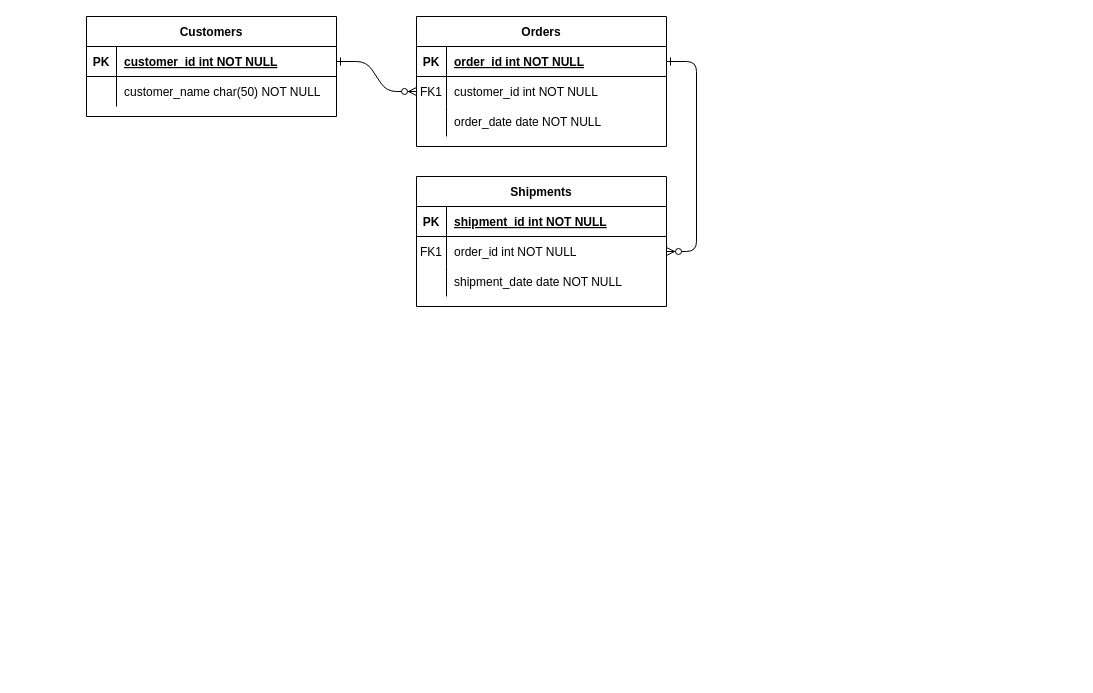
Earlier version of the draw.io diagram Diagrama sem nome.drawio (adrianopspadilha/BDR-W). Source tidied: cells renumbered, new cells numbered last; positions are measured from the earlier drawing's top-left corner, leaving out a move shared by most shapes. Both pictures are drawn from the tidied source at 100%, with x=0, y=0 at pixel (86, 16).
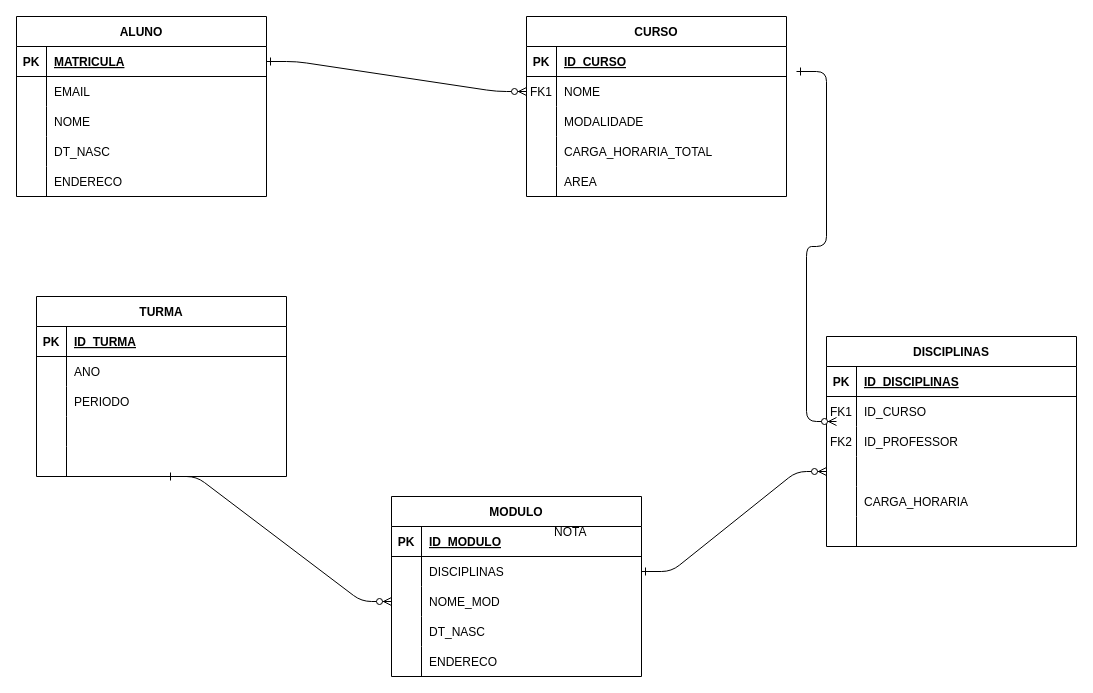
The same diagram, later.

The change refers to these unchanged cells:
```xml
<mxCell id="15" style="shape=partialRectangle;fillColor=none;top=0;left=0;right=0;bottom=1;" parent="14" vertex="1">
  <mxGeometry y="30" width="250" height="30" as="geometry" />
</mxCell>
<mxCell id="18" style="shape=partialRectangle;fillColor=none;points=[[0,0.5],[1,0.5]];portConstraint=eastwest;top=0;left=0;right=0;bottom=0;" parent="14" vertex="1">
  <mxGeometry y="60" width="250" height="30" as="geometry" />
</mxCell>
<mxCell id="21" style="shape=partialRectangle;fillColor=none;top=0;left=0;right=0;bottom=0;" parent="14" vertex="1">
  <mxGeometry y="90" width="250" height="30" as="geometry" />
</mxCell>
<mxCell id="25" style="shape=partialRectangle;fillColor=none;points=[[0,0.5],[1,0.5]];portConstraint=eastwest;top=0;left=0;right=0;bottom=1;" parent="24" vertex="1">
  <mxGeometry y="30" width="250" height="30" as="geometry" />
</mxCell>
<mxCell id="28" style="shape=partialRectangle;fillColor=none;top=0;left=0;right=0;bottom=0;" parent="24" vertex="1">
  <mxGeometry y="60" width="250" height="30" as="geometry" />
</mxCell>
```

Change to the diagram source:
```diff
@@
-    <mxCell id="3" style="edgeStyle=entityRelationEdgeStyle;endArrow=ERzeroToMany;startArrow=ERone;endFill=1;startFill=0;" parent="1" edge="1" source="5" target="18">
-      <mxGeometry relative="1" as="geometry" />
+    <mxCell id="3" style="edgeStyle=entityRelationEdgeStyle;endArrow=ERzeroToMany;startArrow=ERone;endFill=1;startFill=0;entryX=0;entryY=0.5;entryDx=0;entryDy=0;" parent="1" edge="1" target="62">
+      <mxGeometry relative="1" as="geometry">
+        <mxPoint x="80" y="460" as="sourcePoint" />
+      </mxGeometry>
     </mxCell>
-    <mxCell id="4" value="Orders" style="shape=table;startSize=30;childLayout=tableLayout;rowLines=0;fontStyle=1;align=center;" parent="1" vertex="1">
-      <mxGeometry x="330" width="250" height="130" as="geometry" />
+    <mxCell id="4" value="CURSO" style="shape=table;startSize=30;childLayout=tableLayout;rowLines=0;fontStyle=1;align=center;" parent="1" vertex="1">
+      <mxGeometry x="440" width="260" height="180" as="geometry" />
     </mxCell>
     <mxCell id="5" style="shape=partialRectangle;fillColor=none;points=[[0,0.5],[1,0.5]];portConstraint=eastwest;top=0;left=0;right=0;bottom=1;" parent="4" vertex="1">
-      <mxGeometry y="30" width="250" height="30" as="geometry" />
+      <mxGeometry y="30" width="260" height="30" as="geometry" />
     </mxCell>
@@
-    <mxCell id="7" value="order_id int NOT NULL " style="shape=partialRectangle;overflow=hidden;fillColor=none;top=0;left=0;bottom=0;right=0;align=left;spacingLeft=6;fontStyle=5;" parent="5" vertex="1">
-      <mxGeometry x="30" width="220" height="30" as="geometry" />
+    <mxCell id="7" value="ID_CURSO" style="shape=partialRectangle;overflow=hidden;fillColor=none;top=0;left=0;bottom=0;right=0;align=left;spacingLeft=6;fontStyle=5;" parent="5" vertex="1">
+      <mxGeometry x="30" width="230" height="30" as="geometry" />
     </mxCell>
     <mxCell id="8" style="shape=partialRectangle;fillColor=none;points=[[0,0.5],[1,0.5]];portConstraint=eastwest;top=0;left=0;right=0;bottom=0;" parent="4" vertex="1">
-      <mxGeometry y="60" width="250" height="30" as="geometry" />
+      <mxGeometry y="60" width="260" height="30" as="geometry" />
     </mxCell>
@@
-    <mxCell id="10" value="customer_id int NOT NULL" style="shape=partialRectangle;overflow=hidden;fillColor=none;top=0;left=0;bottom=0;right=0;align=left;spacingLeft=6;" parent="8" vertex="1">
-      <mxGeometry x="30" width="220" height="30" as="geometry" />
+    <mxCell id="10" value="NOME" style="shape=partialRectangle;overflow=hidden;fillColor=none;top=0;left=0;bottom=0;right=0;align=left;spacingLeft=6;" parent="8" vertex="1">
+      <mxGeometry x="30" width="230" height="30" as="geometry" />
     </mxCell>
     <mxCell id="11" style="shape=partialRectangle;fillColor=none;top=0;left=0;right=0;bottom=0;" parent="4" vertex="1">
-      <mxGeometry y="90" width="250" height="30" as="geometry" />
+      <mxGeometry y="90" width="260" height="30" as="geometry" />
     </mxCell>
@@
-    <mxCell id="13" value="order_date date NOT NULL" style="shape=partialRectangle;overflow=hidden;fillColor=none;top=0;left=0;bottom=0;right=0;align=left;spacingLeft=6;" parent="11" vertex="1">
-      <mxGeometry x="30" width="220" height="30" as="geometry" />
+    <mxCell id="13" value="MODALIDADE" style="shape=partialRectangle;overflow=hidden;fillColor=none;top=0;left=0;bottom=0;right=0;align=left;spacingLeft=6;" parent="11" vertex="1">
+      <mxGeometry x="30" width="230" height="30" as="geometry" />
     </mxCell>
+    <mxCell id="31" style="shape=partialRectangle;fillColor=none;top=0;left=0;right=0;bottom=0;" parent="4" vertex="1">
+      <mxGeometry y="120" width="260" height="30" as="geometry" />
+    </mxCell>
+    <mxCell id="32" style="shape=partialRectangle;overflow=hidden;fillColor=none;top=0;left=0;bottom=0;right=0;" parent="31" vertex="1">
+      <mxGeometry width="30" height="30" as="geometry" />
+    </mxCell>
+    <mxCell id="33" value="CARGA_HORARIA_TOTAL" style="shape=partialRectangle;overflow=hidden;fillColor=none;top=0;left=0;bottom=0;right=0;align=left;spacingLeft=6;" parent="31" vertex="1">
+      <mxGeometry x="30" width="230" height="30" as="geometry" />
+    </mxCell>
+    <mxCell id="34" style="shape=partialRectangle;fillColor=none;top=0;left=0;right=0;bottom=0;" parent="4" vertex="1">
+      <mxGeometry y="150" width="260" height="30" as="geometry" />
+    </mxCell>
+    <mxCell id="35" style="shape=partialRectangle;overflow=hidden;fillColor=none;top=0;left=0;bottom=0;right=0;" parent="34" vertex="1">
+      <mxGeometry width="30" height="30" as="geometry" />
+    </mxCell>
+    <mxCell id="36" value="AREA" style="shape=partialRectangle;overflow=hidden;fillColor=none;top=0;left=0;bottom=0;right=0;align=left;spacingLeft=6;" parent="34" vertex="1">
+      <mxGeometry x="30" width="230" height="30" as="geometry" />
+    </mxCell>
-    <mxCell id="14" value="Shipments" style="shape=table;startSize=30;childLayout=tableLayout;rowLines=0;fontStyle=1;align=center;" parent="1" vertex="1">
-      <mxGeometry x="330" y="160" width="250" height="130" as="geometry" />
+    <mxCell id="14" value="DISCIPLINAS" style="shape=table;startSize=30;childLayout=tableLayout;rowLines=0;fontStyle=1;align=center;" parent="1" vertex="1">
+      <mxGeometry x="740" y="320" width="250" height="210" as="geometry" />
     </mxCell>
@@
-    <mxCell id="17" value="shipment_id int NOT NULL " style="shape=partialRectangle;overflow=hidden;fillColor=none;top=0;left=0;bottom=0;right=0;align=left;spacingLeft=6;fontStyle=5;" parent="15" vertex="1">
+    <mxCell id="17" value="ID_DISCIPLINAS" style="shape=partialRectangle;overflow=hidden;fillColor=none;top=0;left=0;bottom=0;right=0;align=left;spacingLeft=6;fontStyle=5;" parent="15" vertex="1">
       <mxGeometry x="30" width="220" height="30" as="geometry" />
     </mxCell>
@@
-    <mxCell id="20" value="order_id int NOT NULL" style="shape=partialRectangle;overflow=hidden;fillColor=none;top=0;left=0;bottom=0;right=0;align=left;spacingLeft=6;" parent="18" vertex="1">
+    <mxCell id="20" value="ID_CURSO" style="shape=partialRectangle;overflow=hidden;fillColor=none;top=0;left=0;bottom=0;right=0;align=left;spacingLeft=6;" parent="18" vertex="1">
       <mxGeometry x="30" width="220" height="30" as="geometry" />
     </mxCell>
@@
-    <mxCell id="22" style="shape=partialRectangle;overflow=hidden;fillColor=none;top=0;left=0;bottom=0;right=0;" parent="21" vertex="1">
+    <mxCell id="22" value="FK2" style="shape=partialRectangle;overflow=hidden;fillColor=none;top=0;left=0;bottom=0;right=0;" parent="21" vertex="1">
       <mxGeometry width="30" height="30" as="geometry" />
     </mxCell>
-    <mxCell id="23" value="shipment_date date NOT NULL" style="shape=partialRectangle;overflow=hidden;fillColor=none;top=0;left=0;bottom=0;right=0;align=left;spacingLeft=6;" parent="21" vertex="1">
+    <mxCell id="23" value="ID_PROFESSOR" style="shape=partialRectangle;overflow=hidden;fillColor=none;top=0;left=0;bottom=0;right=0;align=left;spacingLeft=6;" parent="21" vertex="1">
       <mxGeometry x="30" width="220" height="30" as="geometry" />
     </mxCell>
+    <mxCell id="37" style="shape=partialRectangle;fillColor=none;points=[[0,0.5],[1,0.5]];portConstraint=eastwest;top=0;left=0;right=0;bottom=0;" parent="14" vertex="1">
+      <mxGeometry y="120" width="250" height="30" as="geometry" />
+    </mxCell>
+    <mxCell id="38" style="shape=partialRectangle;overflow=hidden;fillColor=none;top=0;left=0;bottom=0;right=0;" parent="37" vertex="1">
+      <mxGeometry width="30" height="30" as="geometry" />
+    </mxCell>
+    <mxCell id="39" style="shape=partialRectangle;overflow=hidden;fillColor=none;top=0;left=0;bottom=0;right=0;align=left;spacingLeft=6;" parent="37" vertex="1">
+      <mxGeometry x="30" width="220" height="30" as="geometry" />
+    </mxCell>
+    <mxCell id="40" style="shape=partialRectangle;fillColor=none;top=0;left=0;right=0;bottom=0;" parent="14" vertex="1">
+      <mxGeometry y="150" width="250" height="30" as="geometry" />
+    </mxCell>
+    <mxCell id="41" style="shape=partialRectangle;overflow=hidden;fillColor=none;top=0;left=0;bottom=0;right=0;" parent="40" vertex="1">
+      <mxGeometry width="30" height="30" as="geometry" />
+    </mxCell>
+    <mxCell id="42" value="CARGA_HORARIA" style="shape=partialRectangle;overflow=hidden;fillColor=none;top=0;left=0;bottom=0;right=0;align=left;spacingLeft=6;" parent="40" vertex="1">
+      <mxGeometry x="30" width="220" height="30" as="geometry" />
+    </mxCell>
+    <mxCell id="43" style="shape=partialRectangle;fillColor=none;top=0;left=0;right=0;bottom=0;" parent="14" vertex="1">
+      <mxGeometry y="180" width="250" height="30" as="geometry" />
+    </mxCell>
+    <mxCell id="44" style="shape=partialRectangle;overflow=hidden;fillColor=none;top=0;left=0;bottom=0;right=0;" parent="43" vertex="1">
+      <mxGeometry width="30" height="30" as="geometry" />
+    </mxCell>
+    <mxCell id="45" style="shape=partialRectangle;overflow=hidden;fillColor=none;top=0;left=0;bottom=0;right=0;align=left;spacingLeft=6;" parent="43" vertex="1">
+      <mxGeometry x="30" width="220" height="30" as="geometry" />
+    </mxCell>
-    <mxCell id="24" value="Customers" style="shape=table;startSize=30;childLayout=tableLayout;rowLines=0;fontStyle=1;align=center;" parent="1" vertex="1">
-      <mxGeometry width="250" height="100" as="geometry" />
+    <mxCell id="24" value="ALUNO" style="shape=table;startSize=30;childLayout=tableLayout;rowLines=0;fontStyle=1;align=center;" parent="1" vertex="1">
+      <mxGeometry x="-70" width="250" height="180" as="geometry" />
     </mxCell>
@@
-    <mxCell id="27" value="customer_id int NOT NULL " style="shape=partialRectangle;overflow=hidden;fillColor=none;top=0;left=0;bottom=0;right=0;align=left;spacingLeft=6;fontStyle=5;" parent="25" vertex="1">
+    <mxCell id="27" value="MATRICULA" style="shape=partialRectangle;overflow=hidden;fillColor=none;top=0;left=0;bottom=0;right=0;align=left;spacingLeft=6;fontStyle=5;" parent="25" vertex="1">
       <mxGeometry x="30" width="220" height="30" as="geometry" />
     </mxCell>
@@
-    <mxCell id="30" value="customer_name char(50) NOT NULL" style="shape=partialRectangle;overflow=hidden;fillColor=none;top=0;left=0;bottom=0;right=0;align=left;spacingLeft=6;" parent="28" vertex="1">
+    <mxCell id="30" value="EMAIL" style="shape=partialRectangle;overflow=hidden;fillColor=none;top=0;left=0;bottom=0;right=0;align=left;spacingLeft=6;" parent="28" vertex="1">
       <mxGeometry x="30" width="220" height="30" as="geometry" />
     </mxCell>
+    <mxCell id="46" style="shape=partialRectangle;fillColor=none;top=0;left=0;right=0;bottom=0;" parent="24" vertex="1">
+      <mxGeometry y="90" width="250" height="30" as="geometry" />
+    </mxCell>
+    <mxCell id="47" style="shape=partialRectangle;overflow=hidden;fillColor=none;top=0;left=0;bottom=0;right=0;" parent="46" vertex="1">
+      <mxGeometry width="30" height="30" as="geometry" />
+    </mxCell>
+    <mxCell id="48" value="NOME" style="shape=partialRectangle;overflow=hidden;fillColor=none;top=0;left=0;bottom=0;right=0;align=left;spacingLeft=6;" parent="46" vertex="1">
+      <mxGeometry x="30" width="220" height="30" as="geometry" />
+    </mxCell>
+    <mxCell id="49" style="shape=partialRectangle;fillColor=none;top=0;left=0;right=0;bottom=0;" parent="24" vertex="1">
+      <mxGeometry y="120" width="250" height="30" as="geometry" />
+    </mxCell>
+    <mxCell id="50" style="shape=partialRectangle;overflow=hidden;fillColor=none;top=0;left=0;bottom=0;right=0;" parent="49" vertex="1">
+      <mxGeometry width="30" height="30" as="geometry" />
+    </mxCell>
+    <mxCell id="51" value="DT_NASC" style="shape=partialRectangle;overflow=hidden;fillColor=none;top=0;left=0;bottom=0;right=0;align=left;spacingLeft=6;" parent="49" vertex="1">
+      <mxGeometry x="30" width="220" height="30" as="geometry" />
+    </mxCell>
+    <mxCell id="52" style="shape=partialRectangle;fillColor=none;top=0;left=0;right=0;bottom=0;" parent="24" vertex="1">
+      <mxGeometry y="150" width="250" height="30" as="geometry" />
+    </mxCell>
+    <mxCell id="53" style="shape=partialRectangle;overflow=hidden;fillColor=none;top=0;left=0;bottom=0;right=0;" parent="52" vertex="1">
+      <mxGeometry width="30" height="30" as="geometry" />
+    </mxCell>
+    <mxCell id="54" value="ENDERECO" style="shape=partialRectangle;overflow=hidden;fillColor=none;top=0;left=0;bottom=0;right=0;align=left;spacingLeft=6;" parent="52" vertex="1">
+      <mxGeometry x="30" width="220" height="30" as="geometry" />
+    </mxCell>
+    <mxCell id="55" value="MODULO" style="shape=table;startSize=30;childLayout=tableLayout;rowLines=0;fontStyle=1;align=center;" parent="1" vertex="1">
+      <mxGeometry x="305" y="480" width="250" height="180" as="geometry" />
+    </mxCell>
+    <mxCell id="56" style="shape=partialRectangle;fillColor=none;top=0;left=0;right=0;bottom=1;" parent="55" vertex="1">
+      <mxGeometry y="30" width="250" height="30" as="geometry" />
+    </mxCell>
+    <mxCell id="57" value="PK" style="shape=partialRectangle;overflow=hidden;fillColor=none;top=0;left=0;bottom=0;right=0;fontStyle=1;" parent="56" vertex="1">
+      <mxGeometry width="30" height="30" as="geometry" />
+    </mxCell>
+    <mxCell id="58" value="ID_MODULO" style="shape=partialRectangle;overflow=hidden;fillColor=none;top=0;left=0;bottom=0;right=0;align=left;spacingLeft=6;fontStyle=5;" parent="56" vertex="1">
+      <mxGeometry x="30" width="220" height="30" as="geometry" />
+    </mxCell>
+    <mxCell id="59" style="shape=partialRectangle;fillColor=none;points=[[0,0.5],[1,0.5]];portConstraint=eastwest;top=0;left=0;right=0;bottom=0;" parent="55" vertex="1">
+      <mxGeometry y="60" width="250" height="30" as="geometry" />
+    </mxCell>
+    <mxCell id="60" style="shape=partialRectangle;overflow=hidden;fillColor=none;top=0;left=0;bottom=0;right=0;" parent="59" vertex="1">
+      <mxGeometry width="30" height="30" as="geometry" />
+    </mxCell>
+    <mxCell id="61" value="DISCIPLINAS" style="shape=partialRectangle;overflow=hidden;fillColor=none;top=0;left=0;bottom=0;right=0;align=left;spacingLeft=6;" parent="59" vertex="1">
+      <mxGeometry x="30" width="220" height="30" as="geometry" />
+    </mxCell>
+    <mxCell id="62" style="shape=partialRectangle;fillColor=none;points=[[0,0.5],[1,0.5]];portConstraint=eastwest;top=0;left=0;right=0;bottom=0;" parent="55" vertex="1">
+      <mxGeometry y="90" width="250" height="30" as="geometry" />
+    </mxCell>
+    <mxCell id="63" style="shape=partialRectangle;overflow=hidden;fillColor=none;top=0;left=0;bottom=0;right=0;" parent="62" vertex="1">
+      <mxGeometry width="30" height="30" as="geometry" />
+    </mxCell>
+    <mxCell id="64" value="NOME_MOD" style="shape=partialRectangle;overflow=hidden;fillColor=none;top=0;left=0;bottom=0;right=0;align=left;spacingLeft=6;" parent="62" vertex="1">
+      <mxGeometry x="30" width="220" height="30" as="geometry" />
+    </mxCell>
+    <mxCell id="65" style="shape=partialRectangle;fillColor=none;top=0;left=0;right=0;bottom=0;" parent="55" vertex="1">
+      <mxGeometry y="120" width="250" height="30" as="geometry" />
+    </mxCell>
+    <mxCell id="66" style="shape=partialRectangle;overflow=hidden;fillColor=none;top=0;left=0;bottom=0;right=0;" parent="65" vertex="1">
+      <mxGeometry width="30" height="30" as="geometry" />
+    </mxCell>
+    <mxCell id="67" value="DT_NASC" style="shape=partialRectangle;overflow=hidden;fillColor=none;top=0;left=0;bottom=0;right=0;align=left;spacingLeft=6;" parent="65" vertex="1">
+      <mxGeometry x="30" width="220" height="30" as="geometry" />
+    </mxCell>
+    <mxCell id="68" style="shape=partialRectangle;fillColor=none;top=0;left=0;right=0;bottom=0;" parent="55" vertex="1">
+      <mxGeometry y="150" width="250" height="30" as="geometry" />
+    </mxCell>
+    <mxCell id="69" style="shape=partialRectangle;overflow=hidden;fillColor=none;top=0;left=0;bottom=0;right=0;" parent="68" vertex="1">
+      <mxGeometry width="30" height="30" as="geometry" />
+    </mxCell>
+    <mxCell id="70" value="ENDERECO" style="shape=partialRectangle;overflow=hidden;fillColor=none;top=0;left=0;bottom=0;right=0;align=left;spacingLeft=6;" parent="68" vertex="1">
+      <mxGeometry x="30" width="220" height="30" as="geometry" />
+    </mxCell>
+    <mxCell id="71" value="NOTA" style="shape=partialRectangle;overflow=hidden;fillColor=none;top=0;left=0;bottom=0;right=0;align=left;spacingLeft=6;" parent="1" vertex="1">
+      <mxGeometry x="460" y="500" width="220" height="30" as="geometry" />
+    </mxCell>
+    <mxCell id="72" value="TURMA" style="shape=table;startSize=30;childLayout=tableLayout;rowLines=0;fontStyle=1;align=center;" parent="1" vertex="1">
+      <mxGeometry x="-50" y="280" width="250" height="180" as="geometry" />
+    </mxCell>
+    <mxCell id="73" style="shape=partialRectangle;fillColor=none;top=0;left=0;right=0;bottom=1;" parent="72" vertex="1">
+      <mxGeometry y="30" width="250" height="30" as="geometry" />
+    </mxCell>
+    <mxCell id="74" value="PK" style="shape=partialRectangle;overflow=hidden;fillColor=none;top=0;left=0;bottom=0;right=0;fontStyle=1;" parent="73" vertex="1">
+      <mxGeometry width="30" height="30" as="geometry" />
+    </mxCell>
+    <mxCell id="75" value="ID_TURMA" style="shape=partialRectangle;overflow=hidden;fillColor=none;top=0;left=0;bottom=0;right=0;align=left;spacingLeft=6;fontStyle=5;" parent="73" vertex="1">
+      <mxGeometry x="30" width="220" height="30" as="geometry" />
+    </mxCell>
+    <mxCell id="76" style="shape=partialRectangle;fillColor=none;top=0;left=0;right=0;bottom=0;" parent="72" vertex="1">
+      <mxGeometry y="60" width="250" height="30" as="geometry" />
+    </mxCell>
+    <mxCell id="77" style="shape=partialRectangle;overflow=hidden;fillColor=none;top=0;left=0;bottom=0;right=0;" parent="76" vertex="1">
+      <mxGeometry width="30" height="30" as="geometry" />
+    </mxCell>
+    <mxCell id="78" value="ANO" style="shape=partialRectangle;overflow=hidden;fillColor=none;top=0;left=0;bottom=0;right=0;align=left;spacingLeft=6;" parent="76" vertex="1">
+      <mxGeometry x="30" width="220" height="30" as="geometry" />
+    </mxCell>
+    <mxCell id="79" style="shape=partialRectangle;fillColor=none;top=0;left=0;right=0;bottom=0;" parent="72" vertex="1">
+      <mxGeometry y="90" width="250" height="30" as="geometry" />
+    </mxCell>
+    <mxCell id="80" style="shape=partialRectangle;overflow=hidden;fillColor=none;top=0;left=0;bottom=0;right=0;" parent="79" vertex="1">
+      <mxGeometry width="30" height="30" as="geometry" />
+    </mxCell>
+    <mxCell id="81" value="PERIODO" style="shape=partialRectangle;overflow=hidden;fillColor=none;top=0;left=0;bottom=0;right=0;align=left;spacingLeft=6;" parent="79" vertex="1">
+      <mxGeometry x="30" width="220" height="30" as="geometry" />
+    </mxCell>
+    <mxCell id="82" style="shape=partialRectangle;fillColor=none;top=0;left=0;right=0;bottom=0;" parent="72" vertex="1">
+      <mxGeometry y="120" width="250" height="30" as="geometry" />
+    </mxCell>
+    <mxCell id="83" style="shape=partialRectangle;overflow=hidden;fillColor=none;top=0;left=0;bottom=0;right=0;" parent="82" vertex="1">
+      <mxGeometry width="30" height="30" as="geometry" />
+    </mxCell>
+    <mxCell id="84" style="shape=partialRectangle;overflow=hidden;fillColor=none;top=0;left=0;bottom=0;right=0;align=left;spacingLeft=6;" parent="82" vertex="1">
+      <mxGeometry x="30" width="220" height="30" as="geometry" />
+    </mxCell>
+    <mxCell id="85" style="shape=partialRectangle;fillColor=none;top=0;left=0;right=0;bottom=0;" parent="72" vertex="1">
+      <mxGeometry y="150" width="250" height="30" as="geometry" />
+    </mxCell>
+    <mxCell id="86" style="shape=partialRectangle;overflow=hidden;fillColor=none;top=0;left=0;bottom=0;right=0;" parent="85" vertex="1">
+      <mxGeometry width="30" height="30" as="geometry" />
+    </mxCell>
+    <mxCell id="87" style="shape=partialRectangle;overflow=hidden;fillColor=none;top=0;left=0;bottom=0;right=0;align=left;spacingLeft=6;" parent="85" vertex="1">
+      <mxGeometry x="30" width="220" height="30" as="geometry" />
+    </mxCell>
+    <mxCell id="88" style="edgeStyle=entityRelationEdgeStyle;endArrow=ERzeroToMany;startArrow=ERone;endFill=1;startFill=0;exitX=1;exitY=0.5;exitDx=0;exitDy=0;entryX=0;entryY=0.5;entryDx=0;entryDy=0;" parent="1" edge="1" source="59" target="37">
+      <mxGeometry relative="1" as="geometry">
+        <Array as="points">
+          <mxPoint x="660" y="320" />
+        </Array>
+      </mxGeometry>
+    </mxCell>
+    <mxCell id="89" style="edgeStyle=entityRelationEdgeStyle;endArrow=ERzeroToMany;startArrow=ERone;endFill=1;startFill=0;" parent="1" edge="1">
+      <mxGeometry relative="1" as="geometry">
+        <mxPoint x="710" y="55" as="sourcePoint" />
+        <mxPoint x="750" y="405" as="targetPoint" />
+        <Array as="points">
+          <mxPoint x="880" y="90" />
+          <mxPoint x="690" y="230" />
+          <mxPoint x="850" y="140" />
+          <mxPoint x="790" y="140" />
+        </Array>
+      </mxGeometry>
+    </mxCell>
```
